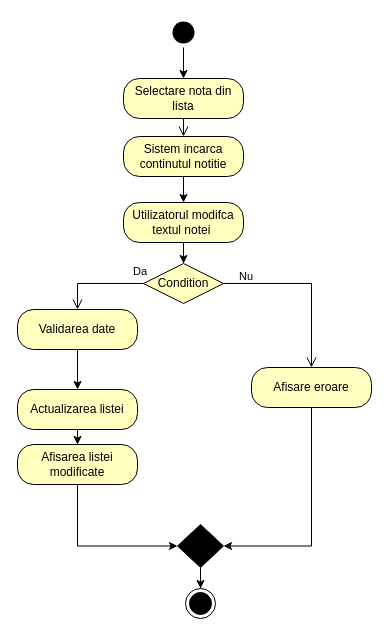
Above: acitiib.drawio in Mariuswarboss/Practica (draw.io), before the change. Source tidied: cells renumbered, new cells numbered last; positions are measured from the earlier drawing's top-left corner, leaving out a move shared by most shapes. Both pictures are drawn from the tidied source at 100%, with x=0, y=0 at pixel (17, 17).
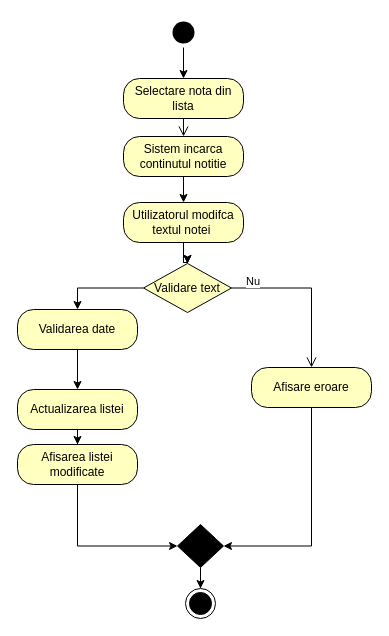
The same page after the edit.

Unchanged cells that the change refers to:
```xml
<mxCell id="9" value="Utilizatorul modifca textul notei&amp;nbsp;" style="rounded=1;whiteSpace=wrap;html=1;arcSize=40;fontColor=#000000;fillColor=#ffffc0;strokeColor=default;" parent="1" vertex="1">
  <mxGeometry x="106" y="185" width="120" height="40" as="geometry" />
</mxCell>
<mxCell id="14" value="Validarea date" style="rounded=1;whiteSpace=wrap;html=1;arcSize=40;fontColor=#000000;fillColor=#ffffc0;strokeColor=default;" parent="1" vertex="1">
  <mxGeometry y="292" width="120" height="40" as="geometry" />
</mxCell>
```

Change to the diagram source:
```diff
@@
+    <mxCell id="24" style="edgeStyle=orthogonalEdgeStyle;rounded=0;jettySize=auto;html=1;" parent="1" edge="1" source="9" target="10">
+      <mxGeometry relative="1" as="geometry" />
+    </mxCell>
@@
+    <mxCell id="12" style="edgeStyle=orthogonalEdgeStyle;rounded=0;jettySize=auto;html=1;exitX=0;exitY=0.5;exitDx=0;exitDy=0;entryX=0.5;entryY=0;entryDx=0;entryDy=0;" parent="1" edge="1" source="10" target="14">
+      <mxGeometry relative="1" as="geometry" />
+    </mxCell>
-    <mxCell id="10" value="Condition" style="rhombus;whiteSpace=wrap;html=1;fontColor=#000000;fillColor=#ffffc0;strokeColor=default;" parent="1" vertex="1">
-      <mxGeometry x="126" y="246" width="80" height="40" as="geometry" />
+    <mxCell id="10" value="Validare text" style="rhombus;whiteSpace=wrap;html=1;fontColor=#000000;fillColor=#ffffc0;strokeColor=default;" parent="1" vertex="1">
+      <mxGeometry x="126" y="246" width="88" height="49" as="geometry" />
     </mxCell>
@@
-    <mxCell id="12" value="Da" style="edgeStyle=orthogonalEdgeStyle;html=1;align=left;verticalAlign=top;endArrow=open;endSize=8;strokeColor=default;rounded=0;" parent="1" edge="1" source="10" target="14">
-      <mxGeometry x="-0.74" y="-25" relative="1" as="geometry" />
-    </mxCell>
```
